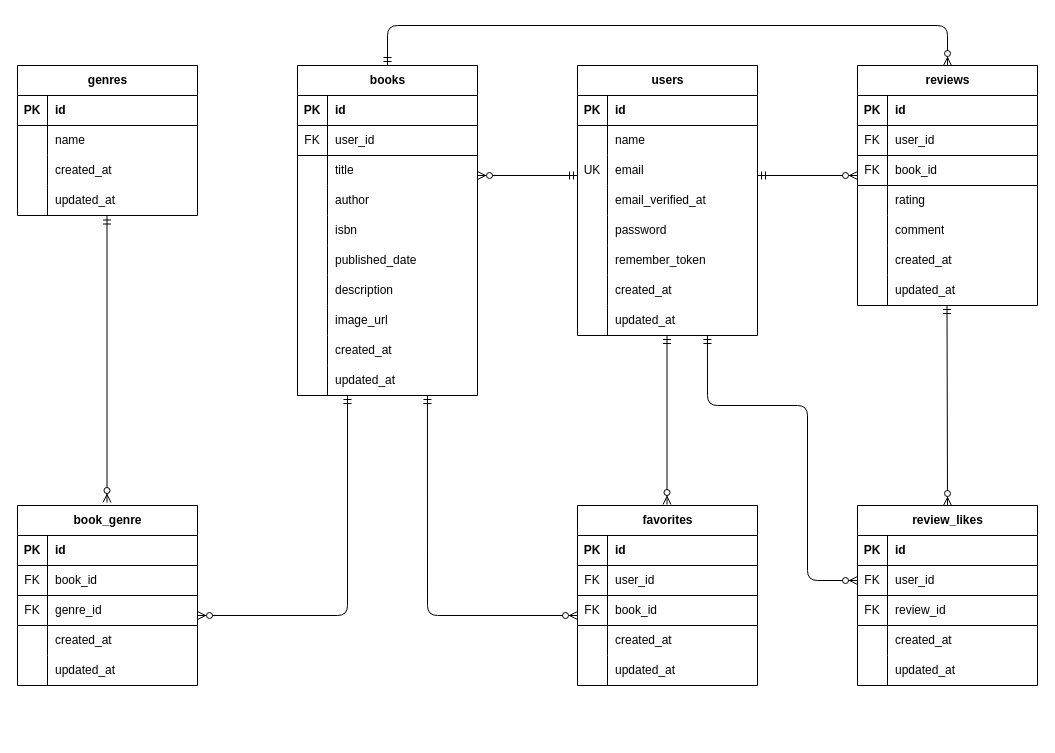
Before: er-diagram.drawio in yuyu580905-dev/bookshelf-app, a draw.io diagram. Source tidied: cells renumbered, new cells numbered last; positions are measured from the earlier drawing's top-left corner, leaving out a move shared by most shapes. Both pictures are drawn from the tidied source at 100%, with x=0, y=0 at pixel (17, 25).
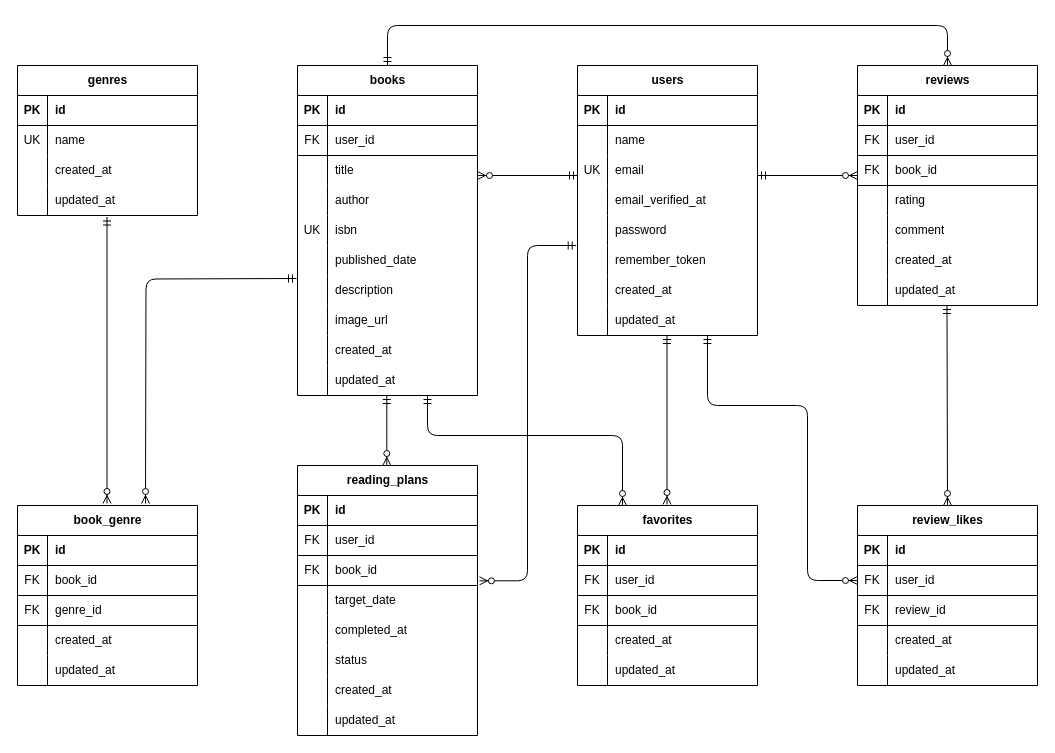
The same diagram, later.

Commit message (it also covers changes not shown here):
refactor: モデルのリレーションとER図を変更

The change refers to these unchanged cells:
```xml
<mxCell id="40" style="shape=tableRow;horizontal=0;startSize=0;swimlaneHead=0;swimlaneBody=0;fillColor=none;top=0;left=0;right=0;bottom=0;" parent="27" vertex="1">
  <mxGeometry y="150" width="180" height="30" as="geometry" />
</mxCell>
<mxCell id="55" style="shape=tableRow;horizontal=0;startSize=0;swimlaneHead=0;swimlaneBody=0;fillColor=none;points=[[0,0.5],[1,0.5]];portConstraint=eastwest;top=0;left=0;right=0;bottom=0;" parent="27" vertex="1">
  <mxGeometry y="300" width="180" height="30" as="geometry" />
</mxCell>
<mxCell id="62" style="shape=tableRow;horizontal=0;startSize=0;swimlaneHead=0;swimlaneBody=0;fillColor=none;top=0;left=0;right=0;bottom=0;" parent="58" vertex="1">
  <mxGeometry y="60" width="180" height="30" as="geometry" />
</mxCell>
<mxCell id="100" style="shape=tableRow;horizontal=0;startSize=0;swimlaneHead=0;swimlaneBody=0;fillColor=none;points=[[0,0.5],[1,0.5]];portConstraint=eastwest;top=0;left=0;right=0;bottom=1;" parent="93" vertex="1">
  <mxGeometry y="90" width="180" height="30" as="geometry" />
</mxCell>
<mxCell id="109" value="favorites" style="shape=table;startSize=30;childLayout=tableLayout;rowLines=0;fontStyle=1;align=center;html=1;" parent="1" vertex="1">
  <mxGeometry x="560" y="480" width="180" height="180" as="geometry" />
</mxCell>
<mxCell id="116" style="shape=tableRow;horizontal=0;startSize=0;swimlaneHead=0;swimlaneBody=0;fillColor=none;points=[[0,0.5],[1,0.5]];portConstraint=eastwest;top=0;left=0;right=0;bottom=1;" parent="109" vertex="1">
  <mxGeometry y="90" width="180" height="30" as="geometry" />
</mxCell>
```

The edit, as a diff of the source:
```diff
@@
-<mxGraphModel>
+<mxGraphModel background="light-dark(#FFFFFF,#121212)">
@@
-    <mxCell id="41" style="shape=partialRectangle;fillColor=none;top=0;left=0;bottom=0;right=0;overflow=hidden;whiteSpace=wrap;html=1;" parent="40" vertex="1">
+    <mxCell id="41" value="UK" style="shape=partialRectangle;fillColor=none;top=0;left=0;bottom=0;right=0;overflow=hidden;whiteSpace=wrap;html=1;fontStyle=0;" parent="40" vertex="1">
       <mxGeometry width="30" height="30" as="geometry" />
     </mxCell>
@@
-    <mxCell id="63" style="shape=partialRectangle;fillColor=none;top=0;left=0;bottom=0;right=0;overflow=hidden;whiteSpace=wrap;html=1;" parent="62" vertex="1">
+    <mxCell id="63" value="UK" style="shape=partialRectangle;fillColor=none;top=0;left=0;bottom=0;right=0;overflow=hidden;whiteSpace=wrap;html=1;" parent="62" vertex="1">
       <mxGeometry width="30" height="30" as="geometry" />
     </mxCell>
@@
-    <mxCell id="143" style="fontSize=12;html=1;endArrow=ERzeroToMany;startArrow=ERmandOne;rounded=1;entryX=1;entryY=0.667;entryDx=0;entryDy=0;curved=0;entryPerimeter=0;" parent="1" edge="1" target="100">
-      <mxGeometry relative="1" as="geometry">
-        <mxPoint x="330" y="370" as="sourcePoint" />
-        <Array as="points">
-          <mxPoint x="330" y="590" />
-        </Array>
-      </mxGeometry>
-    </mxCell>
     <mxCell id="144" style="fontSize=12;html=1;endArrow=ERzeroToMany;startArrow=ERmandOne;rounded=0;exitX=0.411;exitY=1.117;exitDx=0;exitDy=0;exitPerimeter=0;entryX=0.411;entryY=0;entryDx=0;entryDy=0;entryPerimeter=0;" parent="1" edge="1">
       <mxGeometry relative="1" as="geometry">
-        <mxPoint x="89.5" y="190.5" as="sourcePoint" />
-        <mxPoint x="89.5" y="477" as="targetPoint" />
+        <mxPoint x="89.5" y="191.5" as="sourcePoint" />
+        <mxPoint x="89.5" y="478" as="targetPoint" />
       </mxGeometry>
     </mxCell>
@@
-    <mxCell id="148" style="fontSize=12;html=1;endArrow=ERzeroToMany;startArrow=ERmandOne;rounded=1;exitX=0.722;exitY=1;exitDx=0;exitDy=0;exitPerimeter=0;entryX=0;entryY=0.667;entryDx=0;entryDy=0;edgeStyle=orthogonalEdgeStyle;curved=0;entryPerimeter=0;" parent="1" edge="1" source="55" target="116">
-      <mxGeometry relative="1" as="geometry" />
-    </mxCell>
@@
+    <mxCell id="150" value="reading_plans" style="shape=table;startSize=30;childLayout=tableLayout;rowLines=0;fontStyle=1;align=center;html=1;" parent="1" vertex="1">
+      <mxGeometry x="280" y="440" width="180" height="270" as="geometry" />
+    </mxCell>
+    <mxCell id="151" style="shape=tableRow;horizontal=0;startSize=0;swimlaneHead=0;swimlaneBody=0;fillColor=none;top=0;left=0;right=0;bottom=1;" parent="150" vertex="1">
+      <mxGeometry y="30" width="180" height="30" as="geometry" />
+    </mxCell>
+    <mxCell id="152" value="PK" style="shape=partialRectangle;fillColor=none;top=0;left=0;bottom=0;right=0;fontStyle=1;overflow=hidden;whiteSpace=wrap;html=1;" parent="151" vertex="1">
+      <mxGeometry width="30" height="30" as="geometry" />
+    </mxCell>
+    <mxCell id="153" value="id" style="shape=partialRectangle;fillColor=none;top=0;left=0;bottom=0;right=0;align=left;spacingLeft=6;fontStyle=1;overflow=hidden;whiteSpace=wrap;html=1;" parent="151" vertex="1">
+      <mxGeometry x="30" width="150" height="30" as="geometry" />
+    </mxCell>
+    <mxCell id="154" style="shape=tableRow;horizontal=0;startSize=0;swimlaneHead=0;swimlaneBody=0;fillColor=none;top=0;left=0;right=0;bottom=1;" parent="150" vertex="1">
+      <mxGeometry y="60" width="180" height="30" as="geometry" />
+    </mxCell>
+    <mxCell id="155" value="FK" style="shape=partialRectangle;fillColor=none;top=0;left=0;bottom=0;right=0;fontStyle=0;overflow=hidden;whiteSpace=wrap;html=1;" parent="154" vertex="1">
+      <mxGeometry width="30" height="30" as="geometry" />
+    </mxCell>
+    <mxCell id="156" value="user_id" style="shape=partialRectangle;fillColor=none;top=0;left=0;bottom=0;right=0;align=left;spacingLeft=6;fontStyle=0;overflow=hidden;whiteSpace=wrap;html=1;" parent="154" vertex="1">
+      <mxGeometry x="30" width="150" height="30" as="geometry" />
+    </mxCell>
+    <mxCell id="157" style="shape=tableRow;horizontal=0;startSize=0;swimlaneHead=0;swimlaneBody=0;fillColor=none;points=[[0,0.5],[1,0.5]];portConstraint=eastwest;top=0;left=0;right=0;bottom=1;" parent="150" vertex="1">
+      <mxGeometry y="90" width="180" height="30" as="geometry" />
+    </mxCell>
+    <mxCell id="158" value="FK" style="shape=partialRectangle;fillColor=none;top=0;left=0;bottom=0;right=0;fontStyle=0;overflow=hidden;whiteSpace=wrap;html=1;" parent="157" vertex="1">
+      <mxGeometry width="30" height="30" as="geometry" />
+    </mxCell>
+    <mxCell id="159" value="book_id" style="shape=partialRectangle;fillColor=none;top=0;left=0;bottom=0;right=0;align=left;spacingLeft=6;fontStyle=0;overflow=hidden;whiteSpace=wrap;html=1;" parent="157" vertex="1">
+      <mxGeometry x="30" width="150" height="30" as="geometry" />
+    </mxCell>
+    <mxCell id="160" style="shape=tableRow;horizontal=0;startSize=0;swimlaneHead=0;swimlaneBody=0;fillColor=none;top=0;left=0;right=0;bottom=0;" parent="150" vertex="1">
+      <mxGeometry y="120" width="180" height="30" as="geometry" />
+    </mxCell>
+    <mxCell id="161" style="shape=partialRectangle;fillColor=none;top=0;left=0;bottom=0;right=0;overflow=hidden;whiteSpace=wrap;html=1;" parent="160" vertex="1">
+      <mxGeometry width="30" height="30" as="geometry" />
+    </mxCell>
+    <mxCell id="162" value="target_date" style="shape=partialRectangle;fillColor=none;top=0;left=0;bottom=0;right=0;align=left;spacingLeft=6;overflow=hidden;whiteSpace=wrap;html=1;" parent="160" vertex="1">
+      <mxGeometry x="30" width="150" height="30" as="geometry" />
+    </mxCell>
+    <mxCell id="163" style="shape=tableRow;horizontal=0;startSize=0;swimlaneHead=0;swimlaneBody=0;fillColor=none;top=0;left=0;right=0;bottom=0;" parent="150" vertex="1">
+      <mxGeometry y="150" width="180" height="30" as="geometry" />
+    </mxCell>
+    <mxCell id="164" style="shape=partialRectangle;fillColor=none;top=0;left=0;bottom=0;right=0;overflow=hidden;whiteSpace=wrap;html=1;" parent="163" vertex="1">
+      <mxGeometry width="30" height="30" as="geometry" />
+    </mxCell>
+    <mxCell id="165" value="completed_at" style="shape=partialRectangle;fillColor=none;top=0;left=0;bottom=0;right=0;align=left;spacingLeft=6;overflow=hidden;whiteSpace=wrap;html=1;" parent="163" vertex="1">
+      <mxGeometry x="30" width="150" height="30" as="geometry" />
+    </mxCell>
+    <mxCell id="166" style="shape=tableRow;horizontal=0;startSize=0;swimlaneHead=0;swimlaneBody=0;fillColor=none;top=0;left=0;right=0;bottom=0;" parent="150" vertex="1">
+      <mxGeometry y="180" width="180" height="30" as="geometry" />
+    </mxCell>
+    <mxCell id="167" style="shape=partialRectangle;fillColor=none;top=0;left=0;bottom=0;right=0;overflow=hidden;whiteSpace=wrap;html=1;" parent="166" vertex="1">
+      <mxGeometry width="30" height="30" as="geometry" />
+    </mxCell>
+    <mxCell id="168" value="status" style="shape=partialRectangle;fillColor=none;top=0;left=0;bottom=0;right=0;align=left;spacingLeft=6;overflow=hidden;whiteSpace=wrap;html=1;" parent="166" vertex="1">
+      <mxGeometry x="30" width="150" height="30" as="geometry" />
+    </mxCell>
+    <mxCell id="169" style="shape=tableRow;horizontal=0;startSize=0;swimlaneHead=0;swimlaneBody=0;fillColor=none;top=0;left=0;right=0;bottom=0;" parent="150" vertex="1">
+      <mxGeometry y="210" width="180" height="30" as="geometry" />
+    </mxCell>
+    <mxCell id="170" style="shape=partialRectangle;fillColor=none;top=0;left=0;bottom=0;right=0;overflow=hidden;whiteSpace=wrap;html=1;" parent="169" vertex="1">
+      <mxGeometry width="30" height="30" as="geometry" />
+    </mxCell>
+    <mxCell id="171" value="created_at" style="shape=partialRectangle;fillColor=none;top=0;left=0;bottom=0;right=0;align=left;spacingLeft=6;overflow=hidden;whiteSpace=wrap;html=1;" parent="169" vertex="1">
+      <mxGeometry x="30" width="150" height="30" as="geometry" />
+    </mxCell>
+    <mxCell id="172" style="shape=tableRow;horizontal=0;startSize=0;swimlaneHead=0;swimlaneBody=0;fillColor=none;top=0;left=0;right=0;bottom=0;" parent="150" vertex="1">
+      <mxGeometry y="240" width="180" height="30" as="geometry" />
+    </mxCell>
+    <mxCell id="173" style="shape=partialRectangle;fillColor=none;top=0;left=0;bottom=0;right=0;overflow=hidden;whiteSpace=wrap;html=1;" parent="172" vertex="1">
+      <mxGeometry width="30" height="30" as="geometry" />
+    </mxCell>
+    <mxCell id="174" value="updated_at" style="shape=partialRectangle;fillColor=none;top=0;left=0;bottom=0;right=0;align=left;spacingLeft=6;overflow=hidden;whiteSpace=wrap;html=1;" parent="172" vertex="1">
+      <mxGeometry x="30" width="150" height="30" as="geometry" />
+    </mxCell>
+    <mxCell id="175" style="fontSize=12;html=1;endArrow=ERzeroToMany;startArrow=ERmandOne;rounded=0;entryX=0.5;entryY=0;entryDx=0;entryDy=0;" parent="1" edge="1">
+      <mxGeometry relative="1" as="geometry">
+        <mxPoint x="369.3" y="370" as="sourcePoint" />
+        <mxPoint x="369.3" y="440" as="targetPoint" />
+      </mxGeometry>
+    </mxCell>
+    <mxCell id="176" style="fontSize=12;html=1;endArrow=ERzeroToMany;startArrow=ERmandOne;rounded=1;edgeStyle=orthogonalEdgeStyle;entryX=0.707;entryY=-0.019;entryDx=0;entryDy=0;entryPerimeter=0;curved=0;" parent="1" edge="1">
+      <mxGeometry relative="1" as="geometry">
+        <mxPoint x="279" y="253" as="sourcePoint" />
+        <mxPoint x="128" y="478" as="targetPoint" />
+      </mxGeometry>
+    </mxCell>
+    <mxCell id="177" style="fontSize=12;html=1;endArrow=ERzeroToMany;startArrow=ERmandOne;rounded=1;edgeStyle=orthogonalEdgeStyle;entryX=0.25;entryY=0;entryDx=0;entryDy=0;curved=0;" parent="1" edge="1" target="109">
+      <mxGeometry relative="1" as="geometry">
+        <mxPoint x="410" y="370" as="sourcePoint" />
+        <Array as="points">
+          <mxPoint x="410" y="410" />
+          <mxPoint x="605.1" y="410" />
+        </Array>
+      </mxGeometry>
+    </mxCell>
+    <mxCell id="178" style="fontSize=12;html=1;endArrow=ERzeroToMany;startArrow=ERmandOne;rounded=1;edgeStyle=orthogonalEdgeStyle;entryX=1.011;entryY=0.844;entryDx=0;entryDy=0;entryPerimeter=0;curved=0;" parent="1" edge="1" target="157">
+      <mxGeometry relative="1" as="geometry">
+        <mxPoint x="558.7" y="220" as="sourcePoint" />
+        <Array as="points">
+          <mxPoint x="510" y="220" />
+          <mxPoint x="510" y="555.3" />
+        </Array>
+      </mxGeometry>
+    </mxCell>
```
